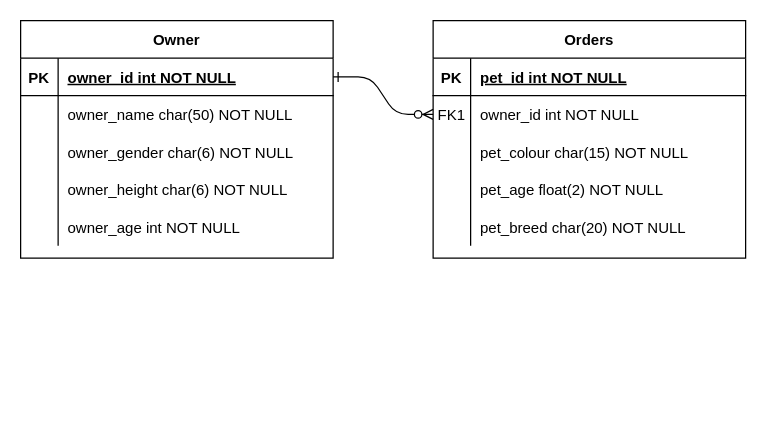
Above: Untitled Diagram.drawio in JSaadat01/MyProject (draw.io), before the change. Source tidied: cells renumbered, new cells numbered last; positions are measured from the earlier drawing's top-left corner, leaving out a move shared by most shapes. Both pictures are drawn from the tidied source at 125%, with x=0, y=0 at pixel (20, 20).
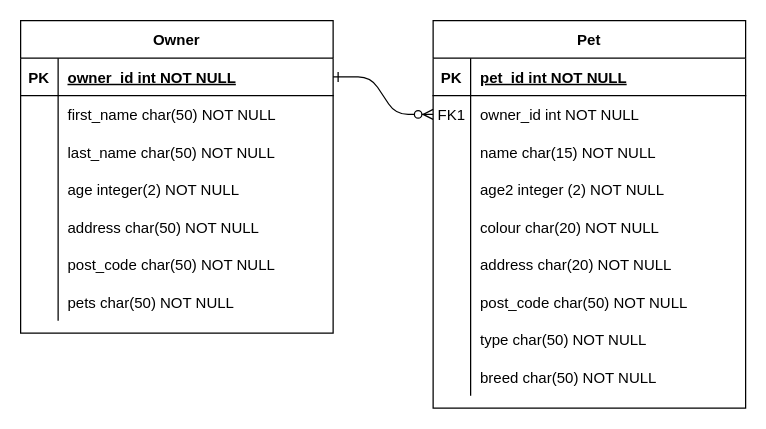
The same diagram, later.

Unchanged cells that the change refers to:
```xml
<mxCell id="10" style="shape=partialRectangle;fillColor=none;top=0;left=0;right=0;bottom=0;" parent="3" vertex="1">
  <mxGeometry y="90" width="250" height="30" as="geometry" />
</mxCell>
<mxCell id="13" style="shape=partialRectangle;fillColor=none;top=0;left=0;right=0;bottom=0;" parent="3" vertex="1">
  <mxGeometry y="120" width="250" height="30" as="geometry" />
</mxCell>
<mxCell id="16" style="shape=partialRectangle;fillColor=none;top=0;left=0;right=0;bottom=0;" parent="3" vertex="1">
  <mxGeometry y="150" width="250" height="30" as="geometry" />
</mxCell>
<mxCell id="23" style="shape=partialRectangle;fillColor=none;top=0;left=0;right=0;bottom=0;" parent="19" vertex="1">
  <mxGeometry y="60" width="250" height="30" as="geometry" />
</mxCell>
<mxCell id="26" style="shape=partialRectangle;fillColor=none;top=0;left=0;right=0;bottom=0;" parent="19" vertex="1">
  <mxGeometry y="90" width="250" height="30" as="geometry" />
</mxCell>
<mxCell id="29" style="shape=partialRectangle;fillColor=none;top=0;left=0;right=0;bottom=0;" parent="19" vertex="1">
  <mxGeometry y="120" width="250" height="30" as="geometry" />
</mxCell>
<mxCell id="32" style="shape=partialRectangle;fillColor=none;top=0;left=0;right=0;bottom=0;" parent="19" vertex="1">
  <mxGeometry y="150" width="250" height="30" as="geometry" />
</mxCell>
```

What changed in the source:
```diff
@@
-    <mxCell id="3" value="Orders" style="shape=table;startSize=30;childLayout=tableLayout;rowLines=0;fontStyle=1;align=center;" parent="1" vertex="1">
-      <mxGeometry x="330" width="250" height="190" as="geometry" />
+    <mxCell id="3" value="Pet" style="shape=table;startSize=30;childLayout=tableLayout;rowLines=0;fontStyle=1;align=center;" parent="1" vertex="1">
+      <mxGeometry x="330" width="250" height="310" as="geometry" />
     </mxCell>
@@
-    <mxCell id="12" value="pet_colour char(15) NOT NULL" style="shape=partialRectangle;overflow=hidden;fillColor=none;top=0;left=0;bottom=0;right=0;align=left;spacingLeft=6;" parent="10" vertex="1">
+    <mxCell id="12" value="name char(15) NOT NULL" style="shape=partialRectangle;overflow=hidden;fillColor=none;top=0;left=0;bottom=0;right=0;align=left;spacingLeft=6;" parent="10" vertex="1">
       <mxGeometry x="30" width="220" height="30" as="geometry" />
     </mxCell>
@@
-    <mxCell id="15" value="pet_age float(2) NOT NULL" style="shape=partialRectangle;overflow=hidden;fillColor=none;top=0;left=0;bottom=0;right=0;align=left;spacingLeft=6;" parent="13" vertex="1">
+    <mxCell id="15" value="age2 integer (2) NOT NULL" style="shape=partialRectangle;overflow=hidden;fillColor=none;top=0;left=0;bottom=0;right=0;align=left;spacingLeft=6;" parent="13" vertex="1">
       <mxGeometry x="30" width="220" height="30" as="geometry" />
     </mxCell>
@@
-    <mxCell id="18" value="pet_breed char(20) NOT NULL" style="shape=partialRectangle;overflow=hidden;fillColor=none;top=0;left=0;bottom=0;right=0;align=left;spacingLeft=6;" parent="16" vertex="1">
+    <mxCell id="18" value="colour char(20) NOT NULL" style="shape=partialRectangle;overflow=hidden;fillColor=none;top=0;left=0;bottom=0;right=0;align=left;spacingLeft=6;" parent="16" vertex="1">
       <mxGeometry x="30" width="220" height="30" as="geometry" />
     </mxCell>
+    <mxCell id="35" style="shape=partialRectangle;fillColor=none;top=0;left=0;right=0;bottom=0;" parent="3" vertex="1">
+      <mxGeometry y="180" width="250" height="30" as="geometry" />
+    </mxCell>
+    <mxCell id="36" style="shape=partialRectangle;overflow=hidden;fillColor=none;top=0;left=0;bottom=0;right=0;" parent="35" vertex="1">
+      <mxGeometry width="30" height="30" as="geometry" />
+    </mxCell>
+    <mxCell id="37" value="address char(20) NOT NULL" style="shape=partialRectangle;overflow=hidden;fillColor=none;top=0;left=0;bottom=0;right=0;align=left;spacingLeft=6;" parent="35" vertex="1">
+      <mxGeometry x="30" width="220" height="30" as="geometry" />
+    </mxCell>
+    <mxCell id="38" style="shape=partialRectangle;fillColor=none;top=0;left=0;right=0;bottom=0;" parent="3" vertex="1">
+      <mxGeometry y="210" width="250" height="30" as="geometry" />
+    </mxCell>
+    <mxCell id="39" style="shape=partialRectangle;overflow=hidden;fillColor=none;top=0;left=0;bottom=0;right=0;" parent="38" vertex="1">
+      <mxGeometry width="30" height="30" as="geometry" />
+    </mxCell>
+    <mxCell id="40" value="post_code char(50) NOT NULL" style="shape=partialRectangle;overflow=hidden;fillColor=none;top=0;left=0;bottom=0;right=0;align=left;spacingLeft=6;" parent="38" vertex="1">
+      <mxGeometry x="30" width="220" height="30" as="geometry" />
+    </mxCell>
+    <mxCell id="41" style="shape=partialRectangle;fillColor=none;top=0;left=0;right=0;bottom=0;" parent="3" vertex="1">
+      <mxGeometry y="240" width="250" height="30" as="geometry" />
+    </mxCell>
+    <mxCell id="42" style="shape=partialRectangle;overflow=hidden;fillColor=none;top=0;left=0;bottom=0;right=0;" parent="41" vertex="1">
+      <mxGeometry width="30" height="30" as="geometry" />
+    </mxCell>
+    <mxCell id="43" value="type char(50) NOT NULL" style="shape=partialRectangle;overflow=hidden;fillColor=none;top=0;left=0;bottom=0;right=0;align=left;spacingLeft=6;" parent="41" vertex="1">
+      <mxGeometry x="30" width="220" height="30" as="geometry" />
+    </mxCell>
+    <mxCell id="44" style="shape=partialRectangle;fillColor=none;top=0;left=0;right=0;bottom=0;" parent="3" vertex="1">
+      <mxGeometry y="270" width="250" height="30" as="geometry" />
+    </mxCell>
+    <mxCell id="45" style="shape=partialRectangle;overflow=hidden;fillColor=none;top=0;left=0;bottom=0;right=0;" parent="44" vertex="1">
+      <mxGeometry width="30" height="30" as="geometry" />
+    </mxCell>
+    <mxCell id="46" value="breed char(50) NOT NULL" style="shape=partialRectangle;overflow=hidden;fillColor=none;top=0;left=0;bottom=0;right=0;align=left;spacingLeft=6;" parent="44" vertex="1">
+      <mxGeometry x="30" width="220" height="30" as="geometry" />
+    </mxCell>
     <mxCell id="19" value="Owner" style="shape=table;startSize=30;childLayout=tableLayout;rowLines=0;fontStyle=1;align=center;" parent="1" vertex="1">
-      <mxGeometry width="250" height="190" as="geometry" />
+      <mxGeometry width="250" height="250" as="geometry" />
     </mxCell>
@@
-    <mxCell id="25" value="owner_name char(50) NOT NULL" style="shape=partialRectangle;overflow=hidden;fillColor=none;top=0;left=0;bottom=0;right=0;align=left;spacingLeft=6;" parent="23" vertex="1">
+    <mxCell id="25" value="first_name char(50) NOT NULL" style="shape=partialRectangle;overflow=hidden;fillColor=none;top=0;left=0;bottom=0;right=0;align=left;spacingLeft=6;" parent="23" vertex="1">
       <mxGeometry x="30" width="220" height="30" as="geometry" />
     </mxCell>
@@
-    <mxCell id="28" value="owner_gender char(6) NOT NULL" style="shape=partialRectangle;overflow=hidden;fillColor=none;top=0;left=0;bottom=0;right=0;align=left;spacingLeft=6;" parent="26" vertex="1">
+    <mxCell id="28" value="last_name char(50) NOT NULL" style="shape=partialRectangle;overflow=hidden;fillColor=none;top=0;left=0;bottom=0;right=0;align=left;spacingLeft=6;" parent="26" vertex="1">
       <mxGeometry x="30" width="220" height="30" as="geometry" />
     </mxCell>
@@
-    <mxCell id="31" value="owner_height char(6) NOT NULL" style="shape=partialRectangle;overflow=hidden;fillColor=none;top=0;left=0;bottom=0;right=0;align=left;spacingLeft=6;" parent="29" vertex="1">
+    <mxCell id="31" value="age integer(2) NOT NULL" style="shape=partialRectangle;overflow=hidden;fillColor=none;top=0;left=0;bottom=0;right=0;align=left;spacingLeft=6;" parent="29" vertex="1">
       <mxGeometry x="30" width="220" height="30" as="geometry" />
     </mxCell>
@@
-    <mxCell id="34" value="owner_age int NOT NULL" style="shape=partialRectangle;overflow=hidden;fillColor=none;top=0;left=0;bottom=0;right=0;align=left;spacingLeft=6;" parent="32" vertex="1">
+    <mxCell id="34" value="address char(50) NOT NULL" style="shape=partialRectangle;overflow=hidden;fillColor=none;top=0;left=0;bottom=0;right=0;align=left;spacingLeft=6;" parent="32" vertex="1">
       <mxGeometry x="30" width="220" height="30" as="geometry" />
     </mxCell>
+    <mxCell id="47" style="shape=partialRectangle;fillColor=none;top=0;left=0;right=0;bottom=0;" parent="19" vertex="1">
+      <mxGeometry y="180" width="250" height="30" as="geometry" />
+    </mxCell>
+    <mxCell id="48" style="shape=partialRectangle;overflow=hidden;fillColor=none;top=0;left=0;bottom=0;right=0;" parent="47" vertex="1">
+      <mxGeometry width="30" height="30" as="geometry" />
+    </mxCell>
+    <mxCell id="49" value="post_code char(50) NOT NULL" style="shape=partialRectangle;overflow=hidden;fillColor=none;top=0;left=0;bottom=0;right=0;align=left;spacingLeft=6;" parent="47" vertex="1">
+      <mxGeometry x="30" width="220" height="30" as="geometry" />
+    </mxCell>
+    <mxCell id="50" style="shape=partialRectangle;fillColor=none;top=0;left=0;right=0;bottom=0;" parent="19" vertex="1">
+      <mxGeometry y="210" width="250" height="30" as="geometry" />
+    </mxCell>
+    <mxCell id="51" style="shape=partialRectangle;overflow=hidden;fillColor=none;top=0;left=0;bottom=0;right=0;" parent="50" vertex="1">
+      <mxGeometry width="30" height="30" as="geometry" />
+    </mxCell>
+    <mxCell id="52" value="pets char(50) NOT NULL" style="shape=partialRectangle;overflow=hidden;fillColor=none;top=0;left=0;bottom=0;right=0;align=left;spacingLeft=6;" parent="50" vertex="1">
+      <mxGeometry x="30" width="220" height="30" as="geometry" />
+    </mxCell>
```
